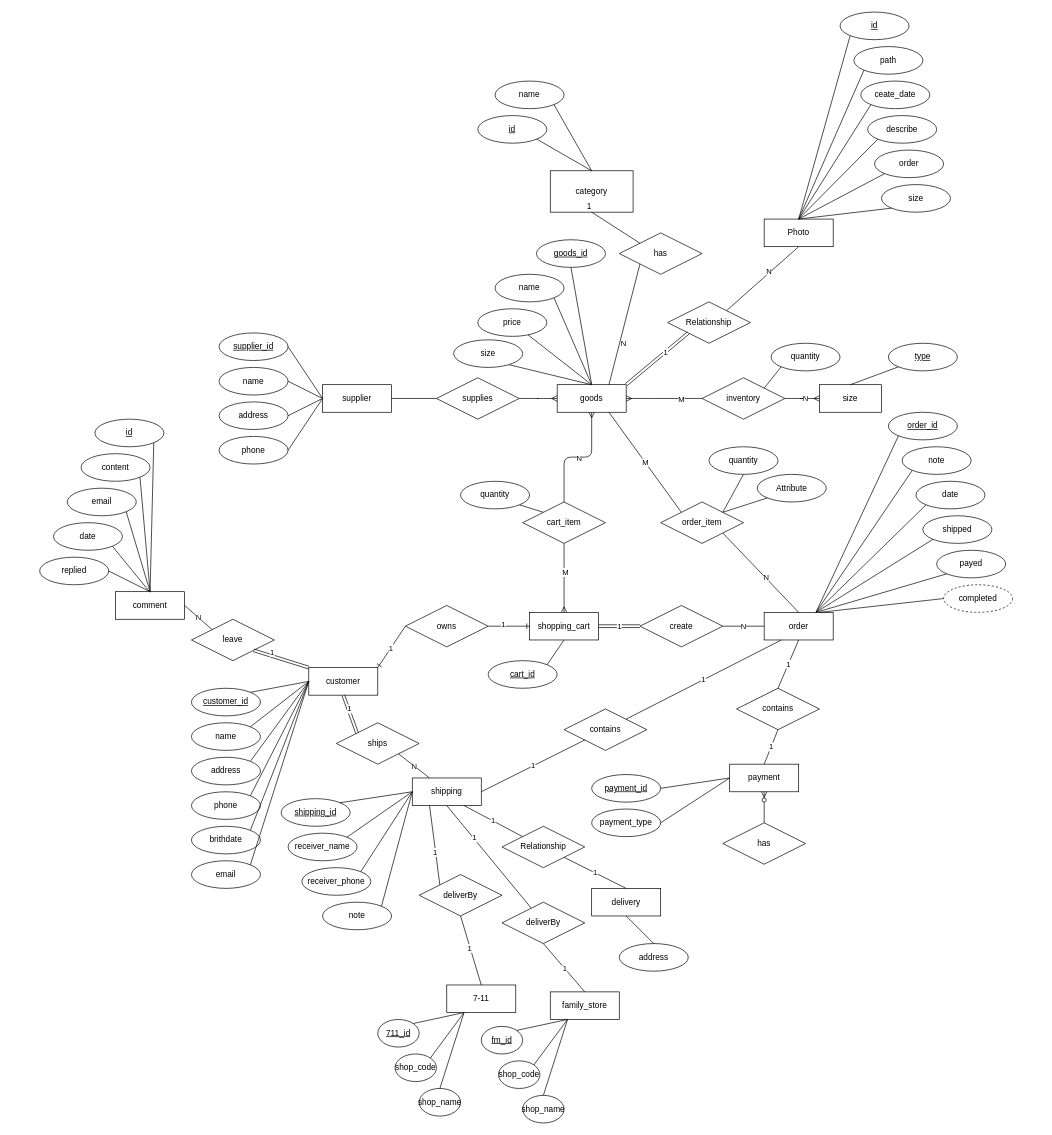
This is ERDiagram.drawio from BoshiLee/ecommerce, a draw.io file, before an edit. Source tidied: cells renumbered, new cells numbered last; positions are measured from the earlier drawing's top-left corner, leaving out a move shared by most shapes. Both pictures are drawn from the tidied source at 69%, with x=0, y=0 at pixel (39, 12).
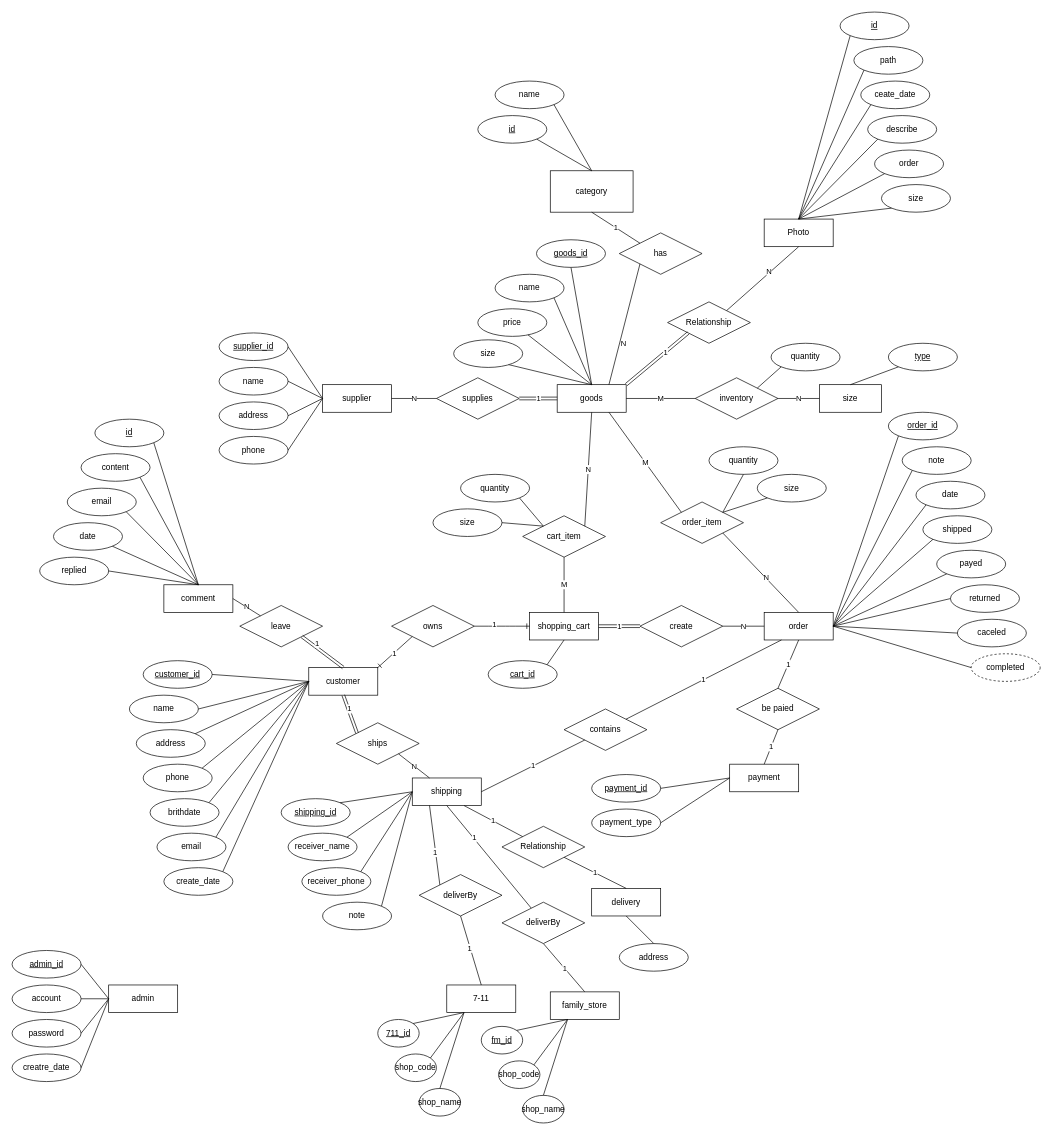
Above is the later version.

Unchanged cells that the change refers to:
```xml
<mxCell id="2" value="supplier" style="rounded=0;whiteSpace=wrap;html=1;" parent="1" vertex="1">
  <mxGeometry x="410" y="540" width="100" height="40" as="geometry" />
</mxCell>
<mxCell id="3" value="goods" style="whiteSpace=wrap;html=1;align=center;" parent="1" vertex="1">
  <mxGeometry x="750" y="540" width="100" height="40" as="geometry" />
</mxCell>
<mxCell id="4" value="supplies" style="shape=rhombus;perimeter=rhombusPerimeter;whiteSpace=wrap;html=1;align=center;" parent="1" vertex="1">
  <mxGeometry x="575" y="530" width="120" height="60" as="geometry" />
</mxCell>
<mxCell id="9" value="size" style="whiteSpace=wrap;html=1;align=center;" parent="1" vertex="1">
  <mxGeometry x="1130" y="540" width="90" height="40" as="geometry" />
</mxCell>
<mxCell id="12" value="customer" style="whiteSpace=wrap;html=1;align=center;" parent="1" vertex="1">
  <mxGeometry x="390" y="950" width="100" height="40" as="geometry" />
</mxCell>
<mxCell id="19" value="shopping_cart" style="whiteSpace=wrap;html=1;align=center;" parent="1" vertex="1">
  <mxGeometry x="710" y="870" width="100" height="40" as="geometry" />
</mxCell>
<mxCell id="48" value="order" style="whiteSpace=wrap;html=1;align=center;" parent="1" vertex="1">
  <mxGeometry x="1050" y="870" width="100" height="40" as="geometry" />
</mxCell>
<mxCell id="51" value="order_id" style="ellipse;whiteSpace=wrap;html=1;align=center;fontStyle=4;" parent="1" vertex="1">
  <mxGeometry x="1230" y="580" width="100" height="40" as="geometry" />
</mxCell>
<mxCell id="70" value="category" style="rounded=0;whiteSpace=wrap;html=1;" parent="1" vertex="1">
  <mxGeometry x="740" y="230" width="120" height="60" as="geometry" />
</mxCell>
<mxCell id="71" value="has" style="shape=rhombus;perimeter=rhombusPerimeter;whiteSpace=wrap;html=1;align=center;" parent="1" vertex="1">
  <mxGeometry x="840" y="320" width="120" height="60" as="geometry" />
</mxCell>
<mxCell id="107" value="content" style="ellipse;whiteSpace=wrap;html=1;align=center;" parent="1" vertex="1">
  <mxGeometry x="60" y="640" width="100" height="40" as="geometry" />
</mxCell>
<mxCell id="108" value="email" style="ellipse;whiteSpace=wrap;html=1;align=center;" parent="1" vertex="1">
  <mxGeometry x="40" y="690" width="100" height="40" as="geometry" />
</mxCell>
<mxCell id="109" value="date" style="ellipse;whiteSpace=wrap;html=1;align=center;" parent="1" vertex="1">
  <mxGeometry x="20" y="740" width="100" height="40" as="geometry" />
</mxCell>
<mxCell id="114" value="replied" style="ellipse;whiteSpace=wrap;html=1;align=center;" parent="1" vertex="1">
  <mxGeometry y="790" width="100" height="40" as="geometry" />
</mxCell>
<mxCell id="161" value="payment" style="whiteSpace=wrap;html=1;align=center;" parent="1" vertex="1">
  <mxGeometry x="1000" y="1090" width="100" height="40" as="geometry" />
</mxCell>
<mxCell id="171" value="date" style="ellipse;whiteSpace=wrap;html=1;align=center;" parent="1" vertex="1">
  <mxGeometry x="1270" y="680" width="100" height="40" as="geometry" />
</mxCell>
<mxCell id="172" value="note" style="ellipse;whiteSpace=wrap;html=1;align=center;" parent="1" vertex="1">
  <mxGeometry x="1250" y="630" width="100" height="40" as="geometry" />
</mxCell>
<mxCell id="174" value="shipped" style="ellipse;whiteSpace=wrap;html=1;align=center;" parent="1" vertex="1">
  <mxGeometry x="1280" y="730" width="100" height="40" as="geometry" />
</mxCell>
<mxCell id="175" value="payed" style="ellipse;whiteSpace=wrap;html=1;align=center;" parent="1" vertex="1">
  <mxGeometry x="1300" y="780" width="100" height="40" as="geometry" />
</mxCell>
```

The edit, as a diff of the source:
```diff
@@
-    <mxCell id="5" style="endArrow=none;html=1;rounded=0;exitX=1;exitY=0.5;exitDx=0;exitDy=0;entryX=0;entryY=0.5;entryDx=0;entryDy=0;" parent="1" edge="1" source="2" target="4">
+    <mxCell id="5" value="N" style="endArrow=none;html=1;rounded=0;exitX=1;exitY=0.5;exitDx=0;exitDy=0;entryX=0;entryY=0.5;entryDx=0;entryDy=0;" parent="1" edge="1" source="2" target="4">
       <mxGeometry relative="1" as="geometry" />
     </mxCell>
-    <mxCell id="6" style="edgeStyle=entityRelationEdgeStyle;fontSize=12;html=1;endArrow=ERmany;exitX=1;exitY=0.5;exitDx=0;exitDy=0;" parent="1" edge="1" source="4">
-      <mxGeometry relative="1" as="geometry">
-        <mxPoint x="750" y="560" as="targetPoint" />
-      </mxGeometry>
-    </mxCell>
@@
     <mxCell id="10" value="inventory" style="shape=rhombus;perimeter=rhombusPerimeter;whiteSpace=wrap;html=1;align=center;" parent="1" vertex="1">
-      <mxGeometry x="960" y="530" width="120" height="60" as="geometry" />
+      <mxGeometry x="950" y="530" width="120" height="60" as="geometry" />
     </mxCell>
@@
     <mxCell id="13" value="brithdate" style="ellipse;whiteSpace=wrap;html=1;align=center;" parent="1" vertex="1">
-      <mxGeometry x="220" y="1180" width="100" height="40" as="geometry" />
+      <mxGeometry x="160" y="1140" width="100" height="40" as="geometry" />
     </mxCell>
     <mxCell id="14" value="customer_id" style="ellipse;whiteSpace=wrap;html=1;align=center;fontStyle=4;" parent="1" vertex="1">
-      <mxGeometry x="220" y="980" width="100" height="40" as="geometry" />
+      <mxGeometry x="150" y="940" width="100" height="40" as="geometry" />
     </mxCell>
     <mxCell id="15" value="name" style="ellipse;whiteSpace=wrap;html=1;align=center;" parent="1" vertex="1">
-      <mxGeometry x="220" y="1030" width="100" height="40" as="geometry" />
+      <mxGeometry x="130" y="990" width="100" height="40" as="geometry" />
     </mxCell>
     <mxCell id="16" value="address" style="ellipse;whiteSpace=wrap;html=1;align=center;" parent="1" vertex="1">
-      <mxGeometry x="220" y="1080" width="100" height="40" as="geometry" />
+      <mxGeometry x="140" y="1040" width="100" height="40" as="geometry" />
     </mxCell>
     <mxCell id="17" value="phone" style="ellipse;whiteSpace=wrap;html=1;align=center;" parent="1" vertex="1">
-      <mxGeometry x="220" y="1130" width="100" height="40" as="geometry" />
+      <mxGeometry x="150" y="1090" width="100" height="40" as="geometry" />
     </mxCell>
     <mxCell id="18" value="owns" style="shape=rhombus;perimeter=rhombusPerimeter;whiteSpace=wrap;html=1;align=center;" parent="1" vertex="1">
-      <mxGeometry x="530" y="860" width="120" height="60" as="geometry" />
+      <mxGeometry x="510" y="860" width="120" height="60" as="geometry" />
     </mxCell>
@@
     <mxCell id="23" value="email" style="ellipse;whiteSpace=wrap;html=1;align=center;" parent="1" vertex="1">
-      <mxGeometry x="220" y="1230" width="100" height="40" as="geometry" />
+      <mxGeometry x="170" y="1190" width="100" height="40" as="geometry" />
     </mxCell>
-    <mxCell id="24" style="edgeStyle=entityRelationEdgeStyle;fontSize=12;html=1;endArrow=ERmany;entryX=1;entryY=0.5;entryDx=0;entryDy=0;exitX=0;exitY=0.5;exitDx=0;exitDy=0;" parent="1" edge="1" source="10" target="3">
-      <mxGeometry relative="1" as="geometry" />
-    </mxCell>
-    <mxCell id="25" value="M" style="edgeLabel;html=1;align=center;verticalAlign=middle;" parent="24" vertex="1">
-      <mxGeometry x="-0.44" relative="1" as="geometry" />
-    </mxCell>
-    <mxCell id="26" style="fontSize=12;html=1;endArrow=ERone;endFill=1;entryX=1;entryY=0;entryDx=0;entryDy=0;exitX=0;exitY=0.5;exitDx=0;exitDy=0;" parent="1" edge="1" source="18" target="12">
+    <mxCell id="26" style="fontSize=12;html=1;endArrow=ERone;endFill=1;entryX=1;entryY=0;entryDx=0;entryDy=0;exitX=0;exitY=1;exitDx=0;exitDy=0;" parent="1" edge="1" source="18" target="12">
       <mxGeometry relative="1" as="geometry" />
     </mxCell>
@@
     <mxCell id="28" value="quantity" style="ellipse;whiteSpace=wrap;html=1;align=center;" parent="1" vertex="1">
-      <mxGeometry x="610" y="680" width="100" height="40" as="geometry" />
+      <mxGeometry x="610" y="670" width="100" height="40" as="geometry" />
     </mxCell>
@@
     <mxCell id="38" value="cart_item" style="shape=rhombus;perimeter=rhombusPerimeter;whiteSpace=wrap;html=1;align=center;" parent="1" vertex="1">
-      <mxGeometry x="700" y="710" width="120" height="60" as="geometry" />
+      <mxGeometry x="700" y="730" width="120" height="60" as="geometry" />
     </mxCell>
-    <mxCell id="39" style="fontSize=12;html=1;endArrow=ERmany;entryX=0.5;entryY=0;entryDx=0;entryDy=0;exitX=0.5;exitY=1;exitDx=0;exitDy=0;noJump=0;" parent="1" edge="1" source="38" target="19">
-      <mxGeometry relative="1" as="geometry" />
-    </mxCell>
-    <mxCell id="40" value="M" style="edgeLabel;html=1;align=center;verticalAlign=middle;" parent="39" vertex="1">
-      <mxGeometry x="-0.19" y="1" relative="1" as="geometry" />
-    </mxCell>
-    <mxCell id="41" style="edgeStyle=orthogonalEdgeStyle;fontSize=12;html=1;endArrow=ERmany;entryX=0.5;entryY=1;entryDx=0;entryDy=0;exitX=0.5;exitY=0;exitDx=0;exitDy=0;" parent="1" edge="1" source="38" target="3">
-      <mxGeometry relative="1" as="geometry" />
-    </mxCell>
-    <mxCell id="42" value="N" style="edgeLabel;html=1;align=center;verticalAlign=middle;" parent="41" vertex="1">
-      <mxGeometry x="0.01" y="-1" relative="1" as="geometry" />
-    </mxCell>
@@
-    <mxCell id="49" value="contains" style="shape=rhombus;perimeter=rhombusPerimeter;whiteSpace=wrap;html=1;align=center;" parent="1" vertex="1">
+    <mxCell id="49" value="be paied" style="shape=rhombus;perimeter=rhombusPerimeter;whiteSpace=wrap;html=1;align=center;" parent="1" vertex="1">
       <mxGeometry x="1010" y="980" width="120" height="60" as="geometry" />
     </mxCell>
@@
-    <mxCell id="52" style="endArrow=none;html=1;rounded=0;shadow=0;exitX=0.75;exitY=0;exitDx=0;exitDy=0;entryX=0;entryY=1;entryDx=0;entryDy=0;" parent="1" edge="1" source="48" target="51">
+    <mxCell id="52" style="endArrow=none;html=1;rounded=0;shadow=0;exitX=1;exitY=0.5;exitDx=0;exitDy=0;entryX=0;entryY=1;entryDx=0;entryDy=0;" parent="1" edge="1" source="48" target="51">
       <mxGeometry relative="1" as="geometry" />
     </mxCell>
-    <mxCell id="53" style="endArrow=none;html=1;rounded=0;shadow=0;exitX=1;exitY=0;exitDx=0;exitDy=0;entryX=0;entryY=0.5;entryDx=0;entryDy=0;" parent="1" edge="1" source="15" target="12">
+    <mxCell id="53" style="endArrow=none;html=1;rounded=0;shadow=0;exitX=1;exitY=0.5;exitDx=0;exitDy=0;entryX=0;entryY=0.5;entryDx=0;entryDy=0;" parent="1" edge="1" source="15" target="12">
       <mxGeometry relative="1" as="geometry" />
     </mxCell>
@@
-    <mxCell id="57" style="endArrow=none;html=1;rounded=0;shadow=0;entryX=0;entryY=0.5;entryDx=0;entryDy=0;exitX=1;exitY=0;exitDx=0;exitDy=0;" parent="1" edge="1" source="14" target="12">
+    <mxCell id="57" style="endArrow=none;html=1;rounded=0;shadow=0;entryX=0;entryY=0.5;entryDx=0;entryDy=0;exitX=1;exitY=0.5;exitDx=0;exitDy=0;" parent="1" edge="1" source="14" target="12">
       <mxGeometry relative="1" as="geometry" />
     </mxCell>
@@
-    <mxCell id="67" style="edgeStyle=entityRelationEdgeStyle;fontSize=12;html=1;endArrow=ERmany;entryX=0;entryY=0.5;entryDx=0;entryDy=0;exitX=1;exitY=0.5;exitDx=0;exitDy=0;" parent="1" edge="1" source="10" target="9">
-      <mxGeometry relative="1" as="geometry" />
-    </mxCell>
-    <mxCell id="68" value="N" style="edgeLabel;html=1;align=center;verticalAlign=middle;" parent="67" vertex="1">
-      <mxGeometry x="0.41" y="1" relative="1" as="geometry" />
-    </mxCell>
@@
-    <mxCell id="72" style="endArrow=none;html=1;rounded=0;entryX=0.5;entryY=1;entryDx=0;entryDy=0;exitX=0;exitY=0;exitDx=0;exitDy=0;" parent="1" edge="1" source="71" target="70">
+    <mxCell id="72" value="1" style="endArrow=none;html=1;rounded=0;entryX=0.5;entryY=1;entryDx=0;entryDy=0;exitX=0;exitY=0;exitDx=0;exitDy=0;" parent="1" edge="1" source="71" target="70">
       <mxGeometry relative="1" as="geometry" />
     </mxCell>
-    <mxCell id="73" value="1" style="html=1;align=right;verticalAlign=bottom;" parent="72" vertex="1">
-      <mxGeometry x="1" relative="1" as="geometry" />
-    </mxCell>
@@
     <mxCell id="99" value="comment" style="whiteSpace=wrap;html=1;align=center;" parent="1" vertex="1">
-      <mxGeometry x="110" y="840" width="100" height="40" as="geometry" />
+      <mxGeometry x="180" y="830" width="100" height="40" as="geometry" />
     </mxCell>
     <mxCell id="100" value="leave" style="shape=rhombus;perimeter=rhombusPerimeter;whiteSpace=wrap;html=1;align=center;" parent="1" vertex="1">
-      <mxGeometry x="220" y="880" width="120" height="60" as="geometry" />
+      <mxGeometry x="290" y="860" width="120" height="60" as="geometry" />
     </mxCell>
@@
-    <mxCell id="104" style="shape=link;html=1;rounded=0;entryX=0;entryY=0;entryDx=0;entryDy=0;exitX=1;exitY=1;exitDx=0;exitDy=0;" parent="1" edge="1" source="100" target="12">
+    <mxCell id="104" style="shape=link;html=1;rounded=0;entryX=0.5;entryY=0;entryDx=0;entryDy=0;exitX=1;exitY=1;exitDx=0;exitDy=0;" parent="1" edge="1" source="100" target="12">
       <mxGeometry relative="1" as="geometry" />
     </mxCell>
@@
-    <mxCell id="111" style="endArrow=none;html=1;rounded=0;exitX=1;exitY=1;exitDx=0;exitDy=0;" parent="1" edge="1" source="107">
-      <mxGeometry relative="1" as="geometry">
-        <mxPoint x="160" y="840" as="targetPoint" />
-      </mxGeometry>
+    <mxCell id="111" style="endArrow=none;html=1;rounded=0;exitX=1;exitY=1;exitDx=0;exitDy=0;entryX=0.5;entryY=0;entryDx=0;entryDy=0;" parent="1" edge="1" source="107" target="99">
+      <mxGeometry relative="1" as="geometry" />
     </mxCell>
-    <mxCell id="112" style="endArrow=none;html=1;rounded=0;exitX=1;exitY=1;exitDx=0;exitDy=0;" parent="1" edge="1" source="108">
-      <mxGeometry relative="1" as="geometry">
-        <mxPoint x="160" y="840" as="targetPoint" />
-      </mxGeometry>
+    <mxCell id="112" style="endArrow=none;html=1;rounded=0;exitX=1;exitY=1;exitDx=0;exitDy=0;entryX=0.5;entryY=0;entryDx=0;entryDy=0;" parent="1" edge="1" source="108" target="99">
+      <mxGeometry relative="1" as="geometry" />
     </mxCell>
-    <mxCell id="113" style="endArrow=none;html=1;rounded=0;exitX=1;exitY=1;exitDx=0;exitDy=0;" parent="1" edge="1" source="109">
-      <mxGeometry relative="1" as="geometry">
-        <mxPoint x="160" y="841" as="targetPoint" />
-      </mxGeometry>
+    <mxCell id="113" style="endArrow=none;html=1;rounded=0;exitX=1;exitY=1;exitDx=0;exitDy=0;entryX=0.5;entryY=0;entryDx=0;entryDy=0;" parent="1" edge="1" source="109" target="99">
+      <mxGeometry relative="1" as="geometry" />
     </mxCell>
@@
-    <mxCell id="115" style="endArrow=none;html=1;rounded=0;exitX=1;exitY=0.5;exitDx=0;exitDy=0;" parent="1" edge="1" source="114">
-      <mxGeometry relative="1" as="geometry">
-        <mxPoint x="160" y="840" as="targetPoint" />
-      </mxGeometry>
+    <mxCell id="115" style="endArrow=none;html=1;rounded=0;exitX=1;exitY=0.5;exitDx=0;exitDy=0;entryX=0.5;entryY=0;entryDx=0;entryDy=0;" parent="1" edge="1" source="114" target="99">
+      <mxGeometry relative="1" as="geometry" />
     </mxCell>
@@
-    <mxCell id="166" value="has" style="shape=rhombus;perimeter=rhombusPerimeter;whiteSpace=wrap;html=1;align=center;" parent="1" vertex="1">
-      <mxGeometry x="990" y="1175" width="120" height="60" as="geometry" />
-    </mxCell>
-    <mxCell id="167" style="edgeStyle=orthogonalEdgeStyle;fontSize=12;html=1;endArrow=ERzeroToMany;endFill=1;exitX=0.5;exitY=0;exitDx=0;exitDy=0;entryX=0.5;entryY=1;entryDx=0;entryDy=0;" parent="1" edge="1" source="166" target="161">
-      <mxGeometry relative="1" as="geometry" />
-    </mxCell>
@@
     <mxCell id="176" value="completed" style="ellipse;whiteSpace=wrap;html=1;align=center;dashed=1;" parent="1" vertex="1">
-      <mxGeometry x="1310" y="830" width="100" height="40" as="geometry" />
+      <mxGeometry x="1350" y="930" width="100" height="40" as="geometry" />
     </mxCell>
-    <mxCell id="177" style="endArrow=none;html=1;rounded=0;entryX=0;entryY=1;entryDx=0;entryDy=0;exitX=0.75;exitY=0;exitDx=0;exitDy=0;" parent="1" edge="1" source="48" target="172">
+    <mxCell id="177" style="endArrow=none;html=1;rounded=0;entryX=0;entryY=1;entryDx=0;entryDy=0;exitX=1.02;exitY=0.433;exitDx=0;exitDy=0;exitPerimeter=0;" parent="1" edge="1" source="48" target="172">
       <mxGeometry relative="1" as="geometry" />
     </mxCell>
-    <mxCell id="178" style="endArrow=none;html=1;rounded=0;entryX=0;entryY=1;entryDx=0;entryDy=0;exitX=0.75;exitY=0;exitDx=0;exitDy=0;" parent="1" edge="1" source="48" target="171">
+    <mxCell id="178" style="endArrow=none;html=1;rounded=0;entryX=0;entryY=1;entryDx=0;entryDy=0;exitX=1;exitY=0.5;exitDx=0;exitDy=0;" parent="1" edge="1" source="48" target="171">
       <mxGeometry relative="1" as="geometry" />
     </mxCell>
-    <mxCell id="179" style="endArrow=none;html=1;rounded=0;entryX=0;entryY=1;entryDx=0;entryDy=0;exitX=0.75;exitY=0;exitDx=0;exitDy=0;" parent="1" edge="1" source="48" target="174">
+    <mxCell id="179" style="endArrow=none;html=1;rounded=0;entryX=0;entryY=1;entryDx=0;entryDy=0;exitX=1;exitY=0.5;exitDx=0;exitDy=0;" parent="1" edge="1" source="48" target="174">
       <mxGeometry relative="1" as="geometry" />
     </mxCell>
-    <mxCell id="180" style="endArrow=none;html=1;rounded=0;entryX=0;entryY=1;entryDx=0;entryDy=0;exitX=0.75;exitY=0;exitDx=0;exitDy=0;" parent="1" edge="1" source="48" target="175">
+    <mxCell id="180" style="endArrow=none;html=1;rounded=0;entryX=0;entryY=1;entryDx=0;entryDy=0;exitX=1;exitY=0.5;exitDx=0;exitDy=0;" parent="1" edge="1" source="48" target="175">
       <mxGeometry relative="1" as="geometry" />
     </mxCell>
     <mxCell id="181" style="endArrow=none;html=1;rounded=0;entryX=0;entryY=0.5;entryDx=0;entryDy=0;" parent="1" edge="1" target="176">
       <mxGeometry relative="1" as="geometry">
-        <mxPoint x="1130" y="870" as="sourcePoint" />
+        <mxPoint x="1150" y="890" as="sourcePoint" />
       </mxGeometry>
     </mxCell>
@@
-    <mxCell id="188" value="Attribute" style="ellipse;whiteSpace=wrap;html=1;align=center;" parent="1" vertex="1">
+    <mxCell id="188" value="size" style="ellipse;whiteSpace=wrap;html=1;align=center;" parent="1" vertex="1">
       <mxGeometry x="1040" y="670" width="100" height="40" as="geometry" />
     </mxCell>
@@
+    <mxCell id="190" value="N" style="endArrow=none;html=1;rounded=0;exitX=0.5;exitY=1;exitDx=0;exitDy=0;entryX=1;entryY=0;entryDx=0;entryDy=0;" parent="1" edge="1" source="3" target="38">
+      <mxGeometry relative="1" as="geometry" />
+    </mxCell>
+    <mxCell id="191" value="size" style="ellipse;whiteSpace=wrap;html=1;align=center;" parent="1" vertex="1">
+      <mxGeometry x="570" y="720" width="100" height="40" as="geometry" />
+    </mxCell>
+    <mxCell id="192" style="endArrow=none;html=1;rounded=0;exitX=1;exitY=0.5;exitDx=0;exitDy=0;entryX=0;entryY=0;entryDx=0;entryDy=0;" parent="1" edge="1" source="191" target="38">
+      <mxGeometry relative="1" as="geometry" />
+    </mxCell>
+    <mxCell id="193" value="M" style="endArrow=none;html=1;rounded=0;exitX=0.5;exitY=0;exitDx=0;exitDy=0;entryX=0.5;entryY=1;entryDx=0;entryDy=0;" parent="1" edge="1" source="19" target="38">
+      <mxGeometry relative="1" as="geometry" />
+    </mxCell>
+    <mxCell id="194" value="create_date" style="ellipse;whiteSpace=wrap;html=1;align=center;" parent="1" vertex="1">
+      <mxGeometry x="180" y="1240" width="100" height="40" as="geometry" />
+    </mxCell>
+    <mxCell id="195" style="endArrow=none;html=1;rounded=0;exitX=1;exitY=0;exitDx=0;exitDy=0;entryX=0;entryY=0.5;entryDx=0;entryDy=0;" parent="1" edge="1" source="194" target="12">
+      <mxGeometry relative="1" as="geometry" />
+    </mxCell>
+    <mxCell id="196" value="admin" style="whiteSpace=wrap;html=1;align=center;" parent="1" vertex="1">
+      <mxGeometry x="100" y="1410" width="100" height="40" as="geometry" />
+    </mxCell>
+    <mxCell id="197" value="admin_id" style="ellipse;whiteSpace=wrap;html=1;align=center;fontStyle=4;" parent="1" vertex="1">
+      <mxGeometry x="-40" y="1360" width="100" height="40" as="geometry" />
+    </mxCell>
+    <mxCell id="198" value="account" style="ellipse;whiteSpace=wrap;html=1;align=center;" parent="1" vertex="1">
+      <mxGeometry x="-40" y="1410" width="100" height="40" as="geometry" />
+    </mxCell>
+    <mxCell id="199" value="password" style="ellipse;whiteSpace=wrap;html=1;align=center;" parent="1" vertex="1">
+      <mxGeometry x="-40" y="1460" width="100" height="40" as="geometry" />
+    </mxCell>
+    <mxCell id="200" value="creatre_date" style="ellipse;whiteSpace=wrap;html=1;align=center;" parent="1" vertex="1">
+      <mxGeometry x="-40" y="1510" width="100" height="40" as="geometry" />
+    </mxCell>
+    <mxCell id="201" style="endArrow=none;html=1;rounded=0;exitX=1;exitY=0.5;exitDx=0;exitDy=0;entryX=0;entryY=0.5;entryDx=0;entryDy=0;" parent="1" edge="1" source="197" target="196">
+      <mxGeometry relative="1" as="geometry" />
+    </mxCell>
+    <mxCell id="202" style="endArrow=none;html=1;rounded=0;exitX=1;exitY=0.5;exitDx=0;exitDy=0;entryX=0;entryY=0.5;entryDx=0;entryDy=0;" parent="1" edge="1" source="198" target="196">
+      <mxGeometry relative="1" as="geometry" />
+    </mxCell>
+    <mxCell id="203" style="endArrow=none;html=1;rounded=0;exitX=1;exitY=0.5;exitDx=0;exitDy=0;entryX=0;entryY=0.5;entryDx=0;entryDy=0;" parent="1" edge="1" source="199" target="196">
+      <mxGeometry relative="1" as="geometry" />
+    </mxCell>
+    <mxCell id="204" style="endArrow=none;html=1;rounded=0;exitX=1;exitY=0.5;exitDx=0;exitDy=0;" parent="1" edge="1" source="200">
+      <mxGeometry relative="1" as="geometry">
+        <mxPoint x="100" y="1430" as="targetPoint" />
+      </mxGeometry>
+    </mxCell>
+    <mxCell id="205" value="returned" style="ellipse;whiteSpace=wrap;html=1;align=center;" parent="1" vertex="1">
+      <mxGeometry x="1320" y="830" width="100" height="40" as="geometry" />
+    </mxCell>
+    <mxCell id="206" style="endArrow=none;html=1;rounded=0;entryX=0;entryY=0.5;entryDx=0;entryDy=0;exitX=1;exitY=0.5;exitDx=0;exitDy=0;" parent="1" edge="1" source="48" target="205">
+      <mxGeometry relative="1" as="geometry" />
+    </mxCell>
+    <mxCell id="207" value="caceled" style="ellipse;whiteSpace=wrap;html=1;align=center;" parent="1" vertex="1">
+      <mxGeometry x="1330" y="880" width="100" height="40" as="geometry" />
+    </mxCell>
+    <mxCell id="208" style="endArrow=none;html=1;rounded=0;entryX=0;entryY=0.5;entryDx=0;entryDy=0;exitX=1;exitY=0.5;exitDx=0;exitDy=0;" parent="1" edge="1" source="48" target="207">
+      <mxGeometry relative="1" as="geometry" />
+    </mxCell>
+    <mxCell id="73" value="1" style="shape=link;html=1;rounded=0;entryX=0;entryY=0.5;entryDx=0;entryDy=0;exitX=1;exitY=0.5;exitDx=0;exitDy=0;" parent="1" edge="1" source="4" target="3">
+      <mxGeometry relative="1" as="geometry" />
+    </mxCell>
+    <mxCell id="209" value="M" style="endArrow=none;html=1;rounded=0;exitX=1;exitY=0.5;exitDx=0;exitDy=0;" parent="1" edge="1" source="3" target="10">
+      <mxGeometry relative="1" as="geometry" />
+    </mxCell>
+    <mxCell id="67" value="N" style="endArrow=none;html=1;rounded=0;entryX=0;entryY=0.5;entryDx=0;entryDy=0;exitX=1;exitY=0.5;exitDx=0;exitDy=0;" parent="1" edge="1" source="10" target="9">
+      <mxGeometry relative="1" as="geometry" />
+    </mxCell>
```
